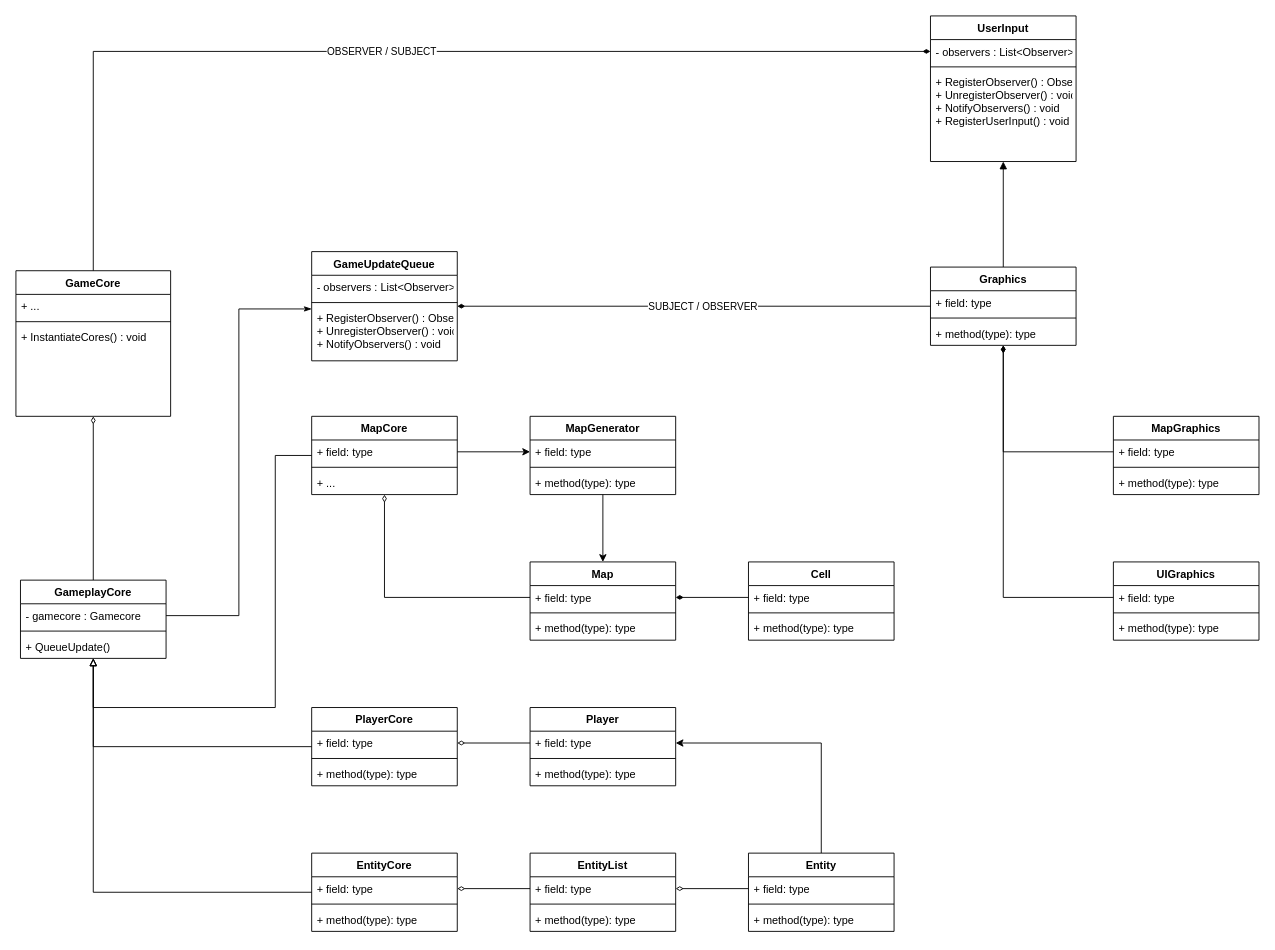
olivercrush/mecha-tactical keeps this draw.io diagram as MechaTactial.drawio. Above is the earlier version. Source tidied: cells renumbered, new cells numbered last; positions are measured from the earlier drawing's top-left corner, leaving out a move shared by most shapes. Both pictures are drawn from the tidied source at 91%, with x=0, y=0 at pixel (15, 15).
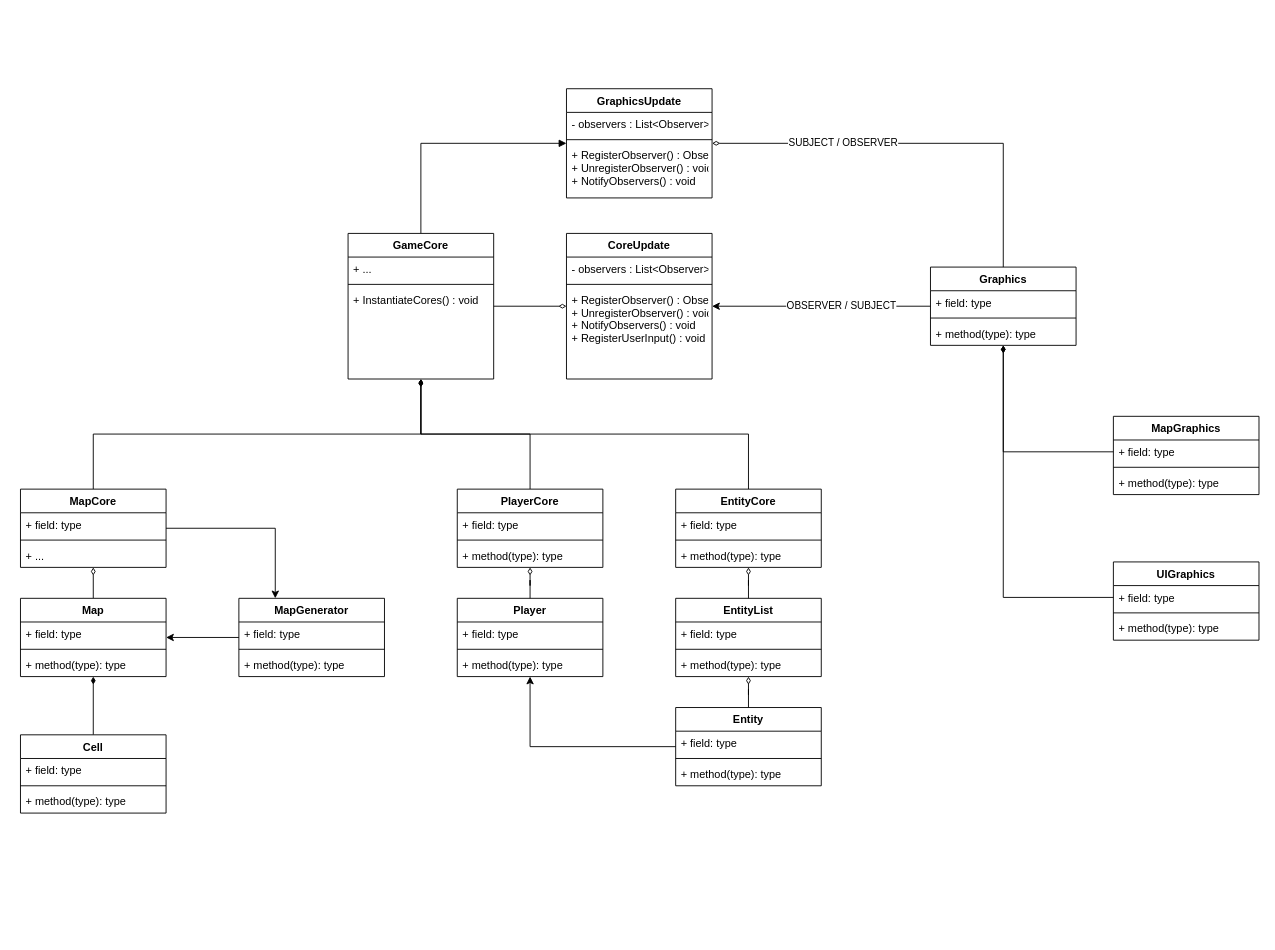
The same diagram, later.

Unchanged cells that the change refers to:
```xml
<mxCell id="9" value="+ field: type" style="text;strokeColor=none;fillColor=none;align=left;verticalAlign=top;spacingLeft=4;spacingRight=4;overflow=hidden;points=[[0,0.5],[1,0.5]];portConstraint=eastwest;" parent="8" vertex="1">
  <mxGeometry y="26" width="160" height="26" as="geometry" />
</mxCell>
<mxCell id="14" value="+ field: type" style="text;strokeColor=none;fillColor=none;align=left;verticalAlign=top;spacingLeft=4;spacingRight=4;overflow=hidden;points=[[0,0.5],[1,0.5]];portConstraint=eastwest;" parent="13" vertex="1">
  <mxGeometry y="26" width="160" height="26" as="geometry" />
</mxCell>
<mxCell id="19" value="+ field: type" style="text;strokeColor=none;fillColor=none;align=left;verticalAlign=top;spacingLeft=4;spacingRight=4;overflow=hidden;points=[[0,0.5],[1,0.5]];portConstraint=eastwest;" parent="18" vertex="1">
  <mxGeometry y="26" width="160" height="26" as="geometry" />
</mxCell>
<mxCell id="24" value="+ field: type" style="text;strokeColor=none;fillColor=none;align=left;verticalAlign=top;spacingLeft=4;spacingRight=4;overflow=hidden;points=[[0,0.5],[1,0.5]];portConstraint=eastwest;" parent="23" vertex="1">
  <mxGeometry y="26" width="160" height="26" as="geometry" />
</mxCell>
<mxCell id="28" value="+ field: type" style="text;strokeColor=none;fillColor=none;align=left;verticalAlign=top;spacingLeft=4;spacingRight=4;overflow=hidden;points=[[0,0.5],[1,0.5]];portConstraint=eastwest;" parent="27" vertex="1">
  <mxGeometry y="26" width="160" height="26" as="geometry" />
</mxCell>
<mxCell id="32" value="+ field: type" style="text;strokeColor=none;fillColor=none;align=left;verticalAlign=top;spacingLeft=4;spacingRight=4;overflow=hidden;points=[[0,0.5],[1,0.5]];portConstraint=eastwest;" parent="31" vertex="1">
  <mxGeometry y="26" width="160" height="26" as="geometry" />
</mxCell>
<mxCell id="36" value="+ field: type" style="text;strokeColor=none;fillColor=none;align=left;verticalAlign=top;spacingLeft=4;spacingRight=4;overflow=hidden;points=[[0,0.5],[1,0.5]];portConstraint=eastwest;" parent="35" vertex="1">
  <mxGeometry y="26" width="160" height="26" as="geometry" />
</mxCell>
<mxCell id="40" value="+ field: type" style="text;strokeColor=none;fillColor=none;align=left;verticalAlign=top;spacingLeft=4;spacingRight=4;overflow=hidden;points=[[0,0.5],[1,0.5]];portConstraint=eastwest;" parent="39" vertex="1">
  <mxGeometry y="26" width="160" height="26" as="geometry" />
</mxCell>
<mxCell id="45" value="+ field: type" style="text;strokeColor=none;fillColor=none;align=left;verticalAlign=top;spacingLeft=4;spacingRight=4;overflow=hidden;points=[[0,0.5],[1,0.5]];portConstraint=eastwest;" parent="44" vertex="1">
  <mxGeometry y="26" width="160" height="26" as="geometry" />
</mxCell>
<mxCell id="64" value="Graphics" style="swimlane;fontStyle=1;align=center;verticalAlign=top;horizontal=1;startSize=26;" parent="1" vertex="1">
  <mxGeometry x="1005" y="276" width="160" height="86" as="geometry" />
</mxCell>
<mxCell id="74" value="- observers : List&lt;Observer&gt;" style="text;strokeColor=none;fillColor=none;align=left;verticalAlign=top;spacingLeft=4;spacingRight=4;overflow=hidden;points=[[0,0.5],[1,0.5]];portConstraint=eastwest;" parent="73" vertex="1">
  <mxGeometry y="26" width="160" height="26" as="geometry" />
</mxCell>
```

Change to the diagram source:
```diff
@@
+    <mxCell id="86" style="edgeStyle=orthogonalEdgeStyle;rounded=0;jettySize=auto;html=1;exitX=1;exitY=0.5;exitDx=0;exitDy=0;endArrow=diamondThin;endFill=0;" parent="1" edge="1" source="2" target="73">
+      <mxGeometry relative="1" as="geometry" />
+    </mxCell>
+    <mxCell id="87" style="edgeStyle=orthogonalEdgeStyle;rounded=0;jettySize=auto;html=1;exitX=0.5;exitY=0;exitDx=0;exitDy=0;endArrow=block;endFill=1;entryX=0;entryY=0.5;entryDx=0;entryDy=0;" parent="1" edge="1" source="2" target="81">
+      <mxGeometry relative="1" as="geometry" />
+    </mxCell>
     <mxCell id="2" value="GameCore" style="swimlane;fontStyle=1;align=center;verticalAlign=top;horizontal=1;startSize=26;" parent="1" vertex="1">
-      <mxGeometry y="280" width="170" height="160" as="geometry" />
+      <mxGeometry x="365" y="239" width="160" height="160" as="geometry" />
     </mxCell>
     <mxCell id="3" value="+ ..." style="text;strokeColor=none;fillColor=none;align=left;verticalAlign=top;spacingLeft=4;spacingRight=4;overflow=hidden;" parent="2" vertex="1">
-      <mxGeometry y="26" width="170" height="26" as="geometry" />
+      <mxGeometry y="26" width="160" height="26" as="geometry" />
     </mxCell>
     <mxCell id="4" style="line;strokeWidth=1;fillColor=none;align=left;verticalAlign=middle;spacingTop=-1;spacingLeft=3;spacingRight=3;labelPosition=right;" parent="2" vertex="1">
-      <mxGeometry y="52" width="170" height="8" as="geometry" />
+      <mxGeometry y="52" width="160" height="8" as="geometry" />
     </mxCell>
     <mxCell id="5" value="+ InstantiateCores() : void&#10;" style="text;strokeColor=none;fillColor=none;align=left;verticalAlign=top;spacingLeft=4;spacingRight=4;overflow=hidden;" parent="2" vertex="1">
-      <mxGeometry y="60" width="170" height="100" as="geometry" />
+      <mxGeometry y="60" width="160" height="100" as="geometry" />
     </mxCell>
-    <mxCell id="6" style="edgeStyle=orthogonalEdgeStyle;rounded=0;jettySize=auto;html=1;exitX=0.5;exitY=1;exitDx=0;exitDy=0;entryX=0;entryY=0.5;entryDx=0;entryDy=0;startArrow=diamondThin;startFill=0;endArrow=none;endFill=0;" parent="1" edge="1" source="8" target="28">
-      <mxGeometry relative="1" as="geometry" />
+    <mxCell id="6" style="edgeStyle=orthogonalEdgeStyle;rounded=0;jettySize=auto;html=1;startArrow=diamondThin;startFill=0;endArrow=none;endFill=0;" parent="1" edge="1" source="8" target="27">
+      <mxGeometry relative="1" as="geometry">
+        <Array as="points">
+          <mxPoint x="55" y="670" />
+          <mxPoint x="55" y="670" />
+        </Array>
+      </mxGeometry>
     </mxCell>
-    <mxCell id="7" style="edgeStyle=orthogonalEdgeStyle;rounded=0;jettySize=auto;html=1;exitX=0;exitY=0.5;exitDx=0;exitDy=0;entryX=0.5;entryY=1;entryDx=0;entryDy=0;endArrow=block;endFill=0;" parent="1" edge="1" source="8" target="69">
-      <mxGeometry relative="1" as="geometry">
-        <Array as="points">
-          <mxPoint x="285" y="483" />
-          <mxPoint x="285" y="760" />
-          <mxPoint x="85" y="760" />
-        </Array>
-      </mxGeometry>
-    </mxCell>
+    <mxCell id="88" style="edgeStyle=orthogonalEdgeStyle;rounded=0;jettySize=auto;html=1;exitX=0.5;exitY=0;exitDx=0;exitDy=0;endArrow=diamondThin;endFill=1;" parent="1" edge="1" source="8" target="2">
+      <mxGeometry relative="1" as="geometry" />
+    </mxCell>
     <mxCell id="8" value="MapCore" style="swimlane;fontStyle=1;align=center;verticalAlign=top;horizontal=1;startSize=26;" parent="1" vertex="1">
-      <mxGeometry x="325" y="440" width="160" height="86" as="geometry" />
+      <mxGeometry x="5" y="520" width="160" height="86" as="geometry" />
     </mxCell>
@@
-    <mxCell id="12" style="edgeStyle=orthogonalEdgeStyle;rounded=0;jettySize=auto;html=1;exitX=0;exitY=0.5;exitDx=0;exitDy=0;endArrow=block;endFill=0;" parent="1" edge="1" source="13" target="69">
-      <mxGeometry relative="1" as="geometry" />
-    </mxCell>
+    <mxCell id="89" style="edgeStyle=orthogonalEdgeStyle;rounded=0;jettySize=auto;html=1;exitX=0.5;exitY=0;exitDx=0;exitDy=0;endArrow=diamondThin;endFill=1;" parent="1" edge="1" source="13" target="2">
+      <mxGeometry relative="1" as="geometry" />
+    </mxCell>
     <mxCell id="13" value="PlayerCore" style="swimlane;fontStyle=1;align=center;verticalAlign=top;horizontal=1;startSize=26;" parent="1" vertex="1">
-      <mxGeometry x="325" y="760" width="160" height="86" as="geometry" />
+      <mxGeometry x="485" y="520" width="160" height="86" as="geometry" />
     </mxCell>
@@
-    <mxCell id="17" style="edgeStyle=orthogonalEdgeStyle;rounded=0;jettySize=auto;html=1;exitX=0;exitY=0.5;exitDx=0;exitDy=0;endArrow=block;endFill=0;" parent="1" edge="1" source="18" target="69">
-      <mxGeometry relative="1" as="geometry" />
-    </mxCell>
+    <mxCell id="90" style="edgeStyle=orthogonalEdgeStyle;rounded=0;jettySize=auto;html=1;exitX=0.5;exitY=0;exitDx=0;exitDy=0;endArrow=diamondThin;endFill=1;" parent="1" edge="1" source="18" target="2">
+      <mxGeometry relative="1" as="geometry" />
+    </mxCell>
     <mxCell id="18" value="EntityCore" style="swimlane;fontStyle=1;align=center;verticalAlign=top;horizontal=1;startSize=26;" parent="1" vertex="1">
-      <mxGeometry x="325" y="920" width="160" height="86" as="geometry" />
+      <mxGeometry x="725" y="520" width="160" height="86" as="geometry" />
     </mxCell>
@@
-    <mxCell id="22" style="edgeStyle=orthogonalEdgeStyle;rounded=0;jettySize=auto;html=1;exitX=0.5;exitY=1;exitDx=0;exitDy=0;entryX=0.5;entryY=0;entryDx=0;entryDy=0;startArrow=none;startFill=0;endArrow=classic;endFill=1;" parent="1" edge="1" source="23" target="27">
+    <mxCell id="22" style="edgeStyle=orthogonalEdgeStyle;rounded=0;jettySize=auto;html=1;startArrow=none;startFill=0;endArrow=classic;endFill=1;" parent="1" edge="1" source="23" target="27">
       <mxGeometry relative="1" as="geometry" />
     </mxCell>
     <mxCell id="23" value="MapGenerator" style="swimlane;fontStyle=1;align=center;verticalAlign=top;horizontal=1;startSize=26;" parent="1" vertex="1">
-      <mxGeometry x="565" y="440" width="160" height="86" as="geometry" />
+      <mxGeometry x="245" y="640" width="160" height="86" as="geometry" />
     </mxCell>
@@
     <mxCell id="27" value="Map" style="swimlane;fontStyle=1;align=center;verticalAlign=top;horizontal=1;startSize=26;" parent="1" vertex="1">
-      <mxGeometry x="565" y="600" width="160" height="86" as="geometry" />
+      <mxGeometry x="5" y="640" width="160" height="86" as="geometry" />
     </mxCell>
@@
+    <mxCell id="91" style="edgeStyle=orthogonalEdgeStyle;rounded=0;jettySize=auto;html=1;exitX=0.5;exitY=0;exitDx=0;exitDy=0;endArrow=diamondThin;endFill=1;" parent="1" edge="1" source="31" target="27">
+      <mxGeometry relative="1" as="geometry" />
+    </mxCell>
     <mxCell id="31" value="Cell" style="swimlane;fontStyle=1;align=center;verticalAlign=top;horizontal=1;startSize=26;" parent="1" vertex="1">
-      <mxGeometry x="805" y="600" width="160" height="86" as="geometry" />
+      <mxGeometry x="5" y="790" width="160" height="86" as="geometry" />
     </mxCell>
@@
     <mxCell id="35" value="Player" style="swimlane;fontStyle=1;align=center;verticalAlign=top;horizontal=1;startSize=26;" parent="1" vertex="1">
-      <mxGeometry x="565" y="760" width="160" height="86" as="geometry" />
+      <mxGeometry x="485" y="640" width="160" height="86" as="geometry" />
     </mxCell>
@@
     <mxCell id="39" value="EntityList" style="swimlane;fontStyle=1;align=center;verticalAlign=top;horizontal=1;startSize=26;" parent="1" vertex="1">
-      <mxGeometry x="565" y="920" width="160" height="86" as="geometry" />
+      <mxGeometry x="725" y="640" width="160" height="86" as="geometry" />
     </mxCell>
@@
-    <mxCell id="43" style="edgeStyle=orthogonalEdgeStyle;rounded=0;jettySize=auto;html=1;exitX=0.5;exitY=0;exitDx=0;exitDy=0;entryX=1;entryY=0.5;entryDx=0;entryDy=0;startArrow=none;startFill=0;endArrow=classic;endFill=1;" parent="1" edge="1" source="44" target="36">
+    <mxCell id="43" style="edgeStyle=orthogonalEdgeStyle;rounded=0;jettySize=auto;html=1;startArrow=none;startFill=0;endArrow=classic;endFill=1;" parent="1" edge="1" source="44" target="35">
       <mxGeometry relative="1" as="geometry" />
     </mxCell>
     <mxCell id="44" value="Entity" style="swimlane;fontStyle=1;align=center;verticalAlign=top;horizontal=1;startSize=26;" parent="1" vertex="1">
-      <mxGeometry x="805" y="920" width="160" height="86" as="geometry" />
+      <mxGeometry x="725" y="760" width="160" height="86" as="geometry" />
     </mxCell>
@@
-    <mxCell id="48" style="edgeStyle=orthogonalEdgeStyle;rounded=0;jettySize=auto;html=1;exitX=1;exitY=0.5;exitDx=0;exitDy=0;entryX=0;entryY=0.5;entryDx=0;entryDy=0;startArrow=none;startFill=0;endArrow=classic;endFill=1;" parent="1" edge="1" source="9" target="24">
+    <mxCell id="48" style="edgeStyle=orthogonalEdgeStyle;rounded=0;jettySize=auto;html=1;entryX=0.25;entryY=0;entryDx=0;entryDy=0;startArrow=none;startFill=0;endArrow=classic;endFill=1;" parent="1" edge="1" source="8" target="23">
       <mxGeometry relative="1" as="geometry" />
     </mxCell>
-    <mxCell id="49" style="edgeStyle=orthogonalEdgeStyle;rounded=0;jettySize=auto;html=1;exitX=1;exitY=0.5;exitDx=0;exitDy=0;entryX=0;entryY=0.5;entryDx=0;entryDy=0;startArrow=diamondThin;startFill=0;endArrow=none;endFill=0;" parent="1" edge="1" source="14" target="36">
+    <mxCell id="49" style="edgeStyle=orthogonalEdgeStyle;rounded=0;jettySize=auto;html=1;startArrow=diamondThin;startFill=0;endArrow=none;endFill=0;" parent="1" edge="1" source="13" target="35">
       <mxGeometry relative="1" as="geometry" />
     </mxCell>
-    <mxCell id="50" style="edgeStyle=orthogonalEdgeStyle;rounded=0;jettySize=auto;html=1;exitX=1;exitY=0.5;exitDx=0;exitDy=0;entryX=0;entryY=0.5;entryDx=0;entryDy=0;startArrow=diamondThin;startFill=0;endArrow=none;endFill=0;" parent="1" edge="1" source="19" target="40">
+    <mxCell id="50" style="edgeStyle=orthogonalEdgeStyle;rounded=0;jettySize=auto;html=1;startArrow=diamondThin;startFill=0;endArrow=none;endFill=0;" parent="1" edge="1" source="18" target="39">
       <mxGeometry relative="1" as="geometry" />
     </mxCell>
-    <mxCell id="51" style="edgeStyle=orthogonalEdgeStyle;rounded=0;jettySize=auto;html=1;exitX=1;exitY=0.5;exitDx=0;exitDy=0;entryX=0;entryY=0.5;entryDx=0;entryDy=0;startArrow=diamondThin;startFill=0;endArrow=none;endFill=0;" parent="1" edge="1" source="40" target="45">
+    <mxCell id="51" style="edgeStyle=orthogonalEdgeStyle;rounded=0;jettySize=auto;html=1;startArrow=diamondThin;startFill=0;endArrow=none;endFill=0;" parent="1" edge="1" source="39" target="44">
       <mxGeometry relative="1" as="geometry" />
     </mxCell>
-    <mxCell id="52" style="edgeStyle=orthogonalEdgeStyle;rounded=0;jettySize=auto;html=1;exitX=1;exitY=0.5;exitDx=0;exitDy=0;entryX=0;entryY=0.5;entryDx=0;entryDy=0;startArrow=diamondThin;startFill=1;endArrow=none;endFill=0;" parent="1" edge="1" source="28" target="32">
-      <mxGeometry relative="1" as="geometry" />
-    </mxCell>
@@
-    <mxCell id="63" style="edgeStyle=orthogonalEdgeStyle;rounded=0;jettySize=auto;html=1;exitX=0.5;exitY=0;exitDx=0;exitDy=0;endArrow=block;endFill=1;" parent="1" edge="1" source="64" target="73">
+    <mxCell id="63" style="edgeStyle=orthogonalEdgeStyle;rounded=0;jettySize=auto;html=1;exitX=0;exitY=0.5;exitDx=0;exitDy=0;" parent="1" edge="1" source="64" target="73">
       <mxGeometry relative="1" as="geometry" />
     </mxCell>
+    <mxCell id="78" value="OBSERVER / SUBJECT" style="edgeLabel;html=1;align=center;verticalAlign=middle;" parent="63" vertex="1">
+      <mxGeometry x="-0.23" y="2" relative="1" as="geometry">
+        <mxPoint x="-7" y="-3" as="offset" />
+      </mxGeometry>
+    </mxCell>
@@
-    <mxCell id="68" style="edgeStyle=orthogonalEdgeStyle;rounded=0;jettySize=auto;html=1;exitX=0.5;exitY=0;exitDx=0;exitDy=0;endArrow=diamondThin;endFill=0;" parent="1" edge="1" source="69" target="2">
-      <mxGeometry relative="1" as="geometry" />
-    </mxCell>
-    <mxCell id="69" value="GameplayCore" style="swimlane;fontStyle=1;align=center;verticalAlign=top;horizontal=1;startSize=26;" parent="1" vertex="1">
-      <mxGeometry x="5" y="620" width="160" height="86" as="geometry" />
-    </mxCell>
-    <mxCell id="70" value="- gamecore : Gamecore" style="text;strokeColor=none;fillColor=none;align=left;verticalAlign=top;spacingLeft=4;spacingRight=4;overflow=hidden;points=[[0,0.5],[1,0.5]];portConstraint=eastwest;" parent="69" vertex="1">
-      <mxGeometry y="26" width="160" height="26" as="geometry" />
-    </mxCell>
-    <mxCell id="71" style="line;strokeWidth=1;fillColor=none;align=left;verticalAlign=middle;spacingTop=-1;spacingLeft=3;spacingRight=3;labelPosition=right;" parent="69" vertex="1">
-      <mxGeometry y="52" width="160" height="8" as="geometry" />
-    </mxCell>
-    <mxCell id="72" value="+ QueueUpdate()" style="text;strokeColor=none;fillColor=none;align=left;verticalAlign=top;spacingLeft=4;spacingRight=4;overflow=hidden;" parent="69" vertex="1">
-      <mxGeometry y="60" width="160" height="26" as="geometry" />
-    </mxCell>
-    <mxCell id="73" value="UserInput" style="swimlane;fontStyle=1;align=center;verticalAlign=top;horizontal=1;startSize=26;" parent="1" vertex="1">
-      <mxGeometry x="1005" width="160" height="160" as="geometry" />
+    <mxCell id="73" value="CoreUpdate" style="swimlane;fontStyle=1;align=center;verticalAlign=top;horizontal=1;startSize=26;" parent="1" vertex="1">
+      <mxGeometry x="605" y="239" width="160" height="160" as="geometry" />
     </mxCell>
@@
-    <mxCell id="77" style="edgeStyle=orthogonalEdgeStyle;rounded=0;jettySize=auto;html=1;exitX=0;exitY=0.5;exitDx=0;exitDy=0;entryX=0.5;entryY=0;entryDx=0;entryDy=0;endArrow=none;endFill=0;startArrow=diamondThin;startFill=1;" parent="1" edge="1" source="74" target="2">
-      <mxGeometry relative="1" as="geometry" />
-    </mxCell>
-    <mxCell id="78" value="OBSERVER / SUBJECT" style="edgeLabel;html=1;align=center;verticalAlign=middle;" parent="77" vertex="1">
-      <mxGeometry x="0.04" y="2" relative="1" as="geometry">
-        <mxPoint y="-3" as="offset" />
-      </mxGeometry>
-    </mxCell>
-    <mxCell id="79" style="edgeStyle=orthogonalEdgeStyle;rounded=0;jettySize=auto;html=1;exitX=1;exitY=0.5;exitDx=0;exitDy=0;endArrow=none;endFill=0;startArrow=diamondThin;startFill=1;" parent="1" edge="1" source="81" target="64">
+    <mxCell id="79" style="edgeStyle=orthogonalEdgeStyle;rounded=0;jettySize=auto;html=1;exitX=1;exitY=0.5;exitDx=0;exitDy=0;endArrow=none;endFill=0;startArrow=diamondThin;startFill=0;" parent="1" edge="1" source="81" target="64">
       <mxGeometry relative="1" as="geometry" />
     </mxCell>
     <mxCell id="80" value="SUBJECT / OBSERVER" style="edgeLabel;html=1;align=center;verticalAlign=middle;" parent="79" vertex="1">
       <mxGeometry x="-0.16" y="-3" relative="1" as="geometry">
-        <mxPoint x="51" y="-3" as="offset" />
+        <mxPoint x="-49" y="-5" as="offset" />
       </mxGeometry>
     </mxCell>
-    <mxCell id="81" value="GameUpdateQueue" style="swimlane;fontStyle=1;align=center;verticalAlign=top;horizontal=1;startSize=26;" parent="1" vertex="1">
-      <mxGeometry x="325" y="259" width="160" height="120" as="geometry" />
+    <mxCell id="81" value="GraphicsUpdate" style="swimlane;fontStyle=1;align=center;verticalAlign=top;horizontal=1;startSize=26;" parent="1" vertex="1">
+      <mxGeometry x="605" y="80" width="160" height="120" as="geometry" />
     </mxCell>
@@
-    <mxCell id="85" style="edgeStyle=orthogonalEdgeStyle;rounded=0;jettySize=auto;html=1;exitX=1;exitY=0.5;exitDx=0;exitDy=0;endArrow=classicThin;endFill=1;" parent="1" edge="1" source="70" target="81">
-      <mxGeometry relative="1" as="geometry">
-        <Array as="points">
-          <mxPoint x="245" y="659" />
-          <mxPoint x="245" y="322" />
-        </Array>
-      </mxGeometry>
-    </mxCell>
```
